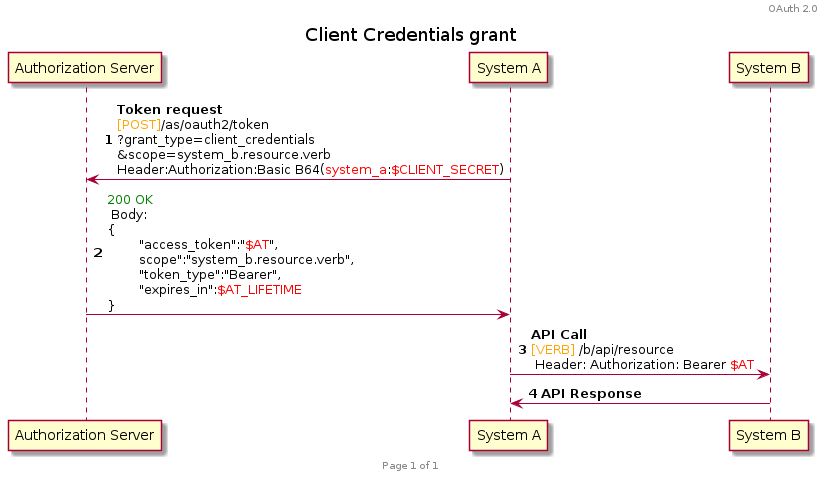
Earlier version of the PlantUML export plantuml/oauth2/client_credentials.png (HenriLefevrePro/Articles).
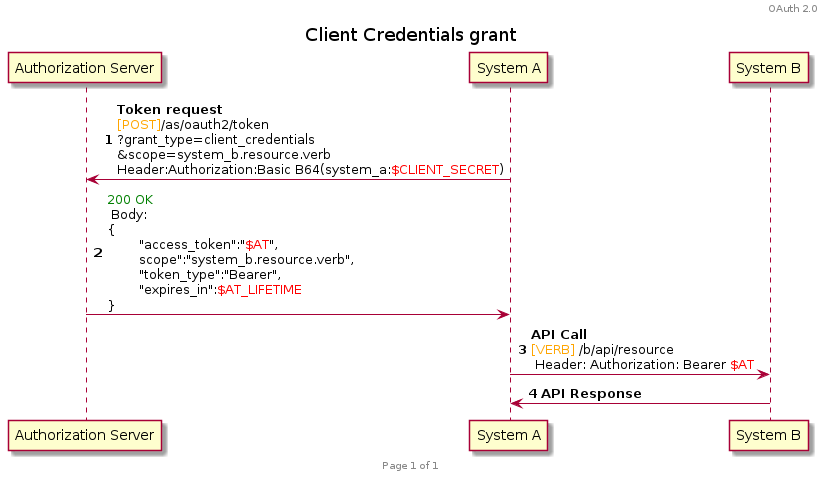
The same diagram one commit later.

Commit message:
[GitHub Actions] Generate PNG images for PlantUML diagrams

The edit, as a diff of the source:
```diff
@@ -10,7 +10,7 @@
 participant A as "System A"
 participant B as "System B"
 
-A -> Auth : **Token request**\n<font color=orange>[POST]</font>/as/oauth2/token\n?grant_type=client_credentials\n&scope=system_b.resource.verb\nHeader:Authorization:Basic B64(<font color=red>system_a</font>:<font color=red>$CLIENT_SECRET</font>)
+A -> Auth : **Token request**\n<font color=orange>[POST]</font>/as/oauth2/token\n?grant_type=client_credentials\n&scope=system_b.resource.verb\nHeader:Authorization:Basic B64(system_a:<font color=red>$CLIENT_SECRET</font>)
 Auth -> A : <font color=green>200 OK</font> \n Body: \n{\n\t"access_token":"<font color=red>$AT</font>",\n\tscope":"system_b.resource.verb",\n\t"token_type":"Bearer",\n\t"expires_in":<font color=red>$AT_LIFETIME</font>\n}
 
 A -> B : **API Call** \n<font color=orange>[VERB]</font> /b/api/resource\n Header: Authorization: Bearer <font color=red>$AT</font>
```
